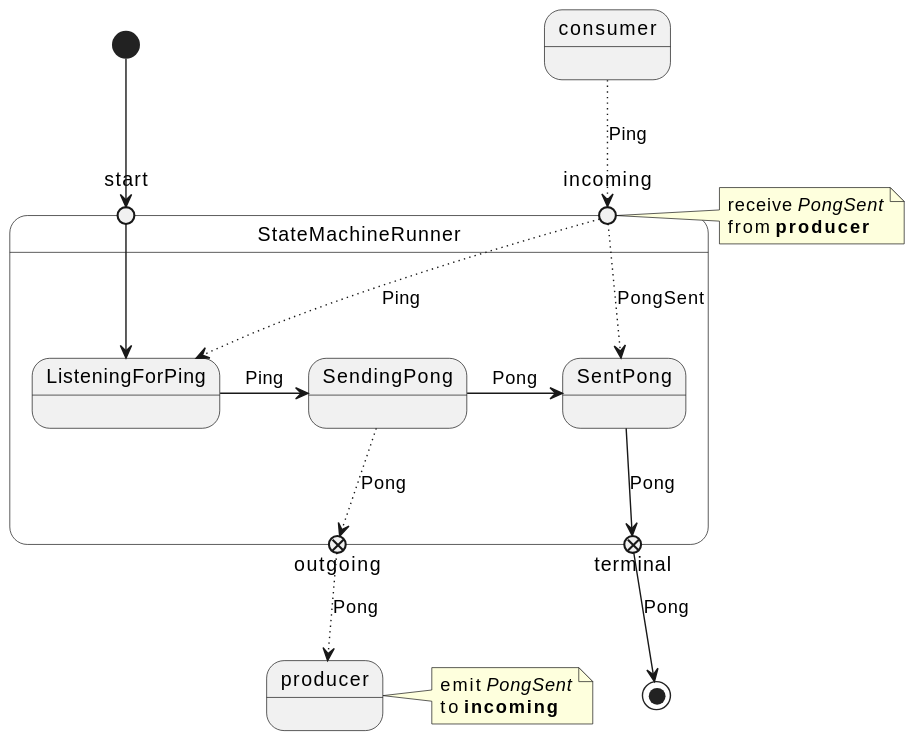
peterpaul/kafka-ping-stm keeps this PlantUML diagram as pong.svg. Above is the earlier version.
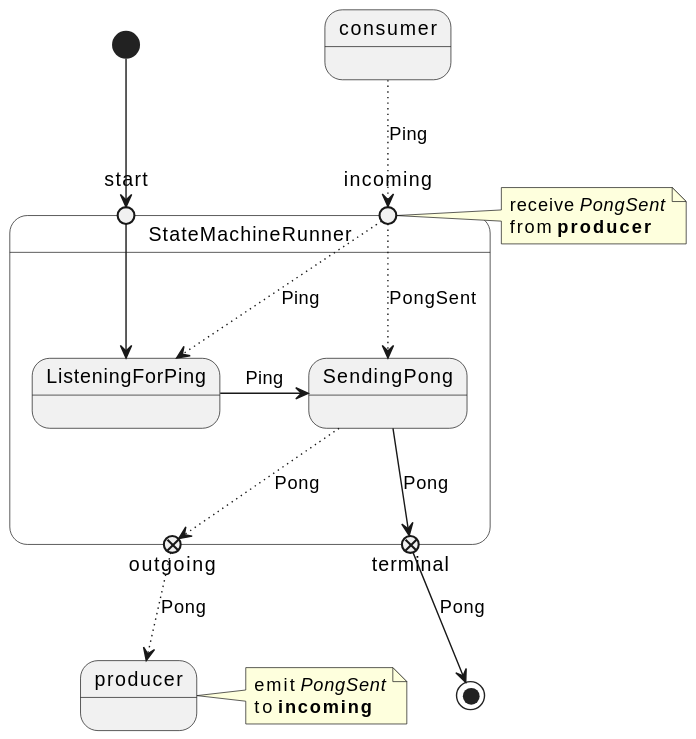
The same diagram one commit later.

Commit message:
Simplify Pong State Machine

What changed in the source:
```diff
@@ -4,11 +4,10 @@
         state incoming <<entryPoint>>
         start --> ListeningForPing
         incoming -[dotted]-> ListeningForPing: Ping
-        incoming -[dotted]-> SentPong: PongSent
+        incoming -[dotted]-> SendingPong: PongSent
         ListeningForPing -> SendingPong: Ping
         SendingPong -[dotted]-> outgoing <<exitPoint>>: Pong
-        SendingPong -> SentPong: Pong
-        SentPong -> terminal <<exitPoint>>: Pong
+        SendingPong --> terminal <<exitPoint>>: Pong
 }
 [*] --> start
 terminal --> [*]: Pong
```
